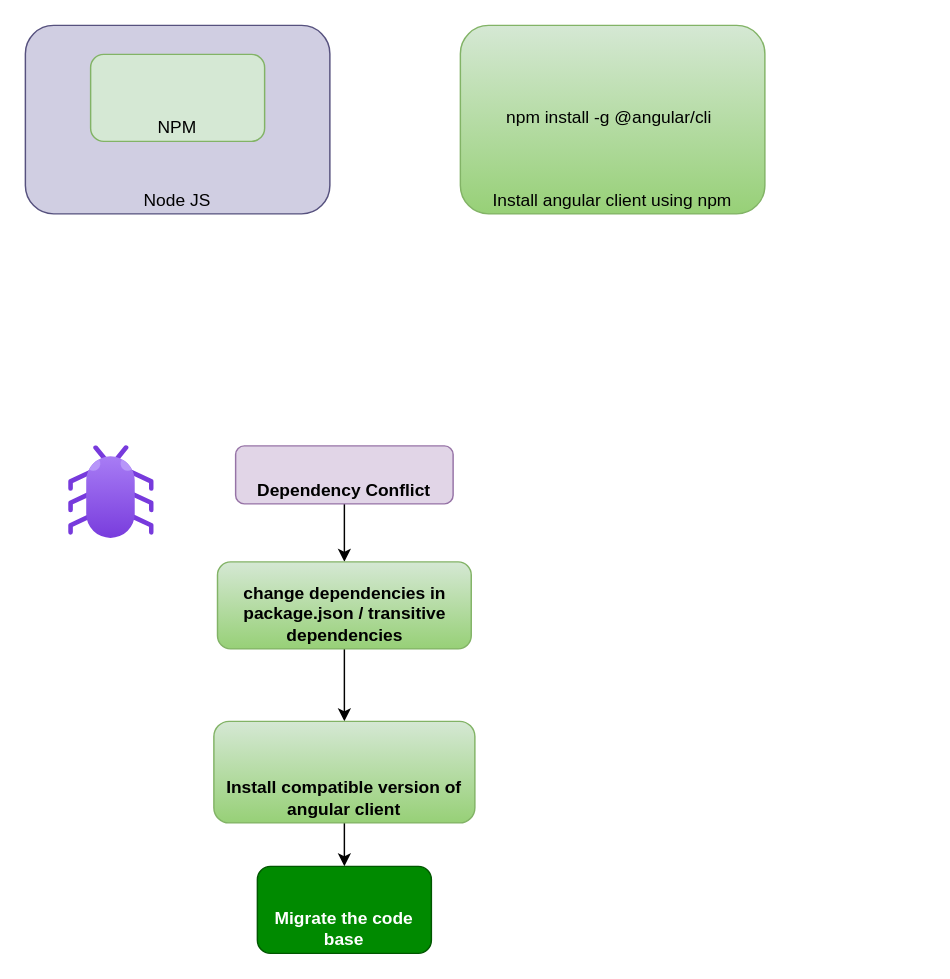
Earlier version of the draw.io diagram page "Setup" (1 of 7) of ANGULAR/Angular.drawio (nathub071122/natGIT). Source tidied: cells renumbered, new cells numbered last; positions are measured from the earlier drawing's top-left corner, leaving out a move shared by most shapes. Both pictures are drawn from the tidied source at 145%, with x=0, y=0 at pixel (25, 25).
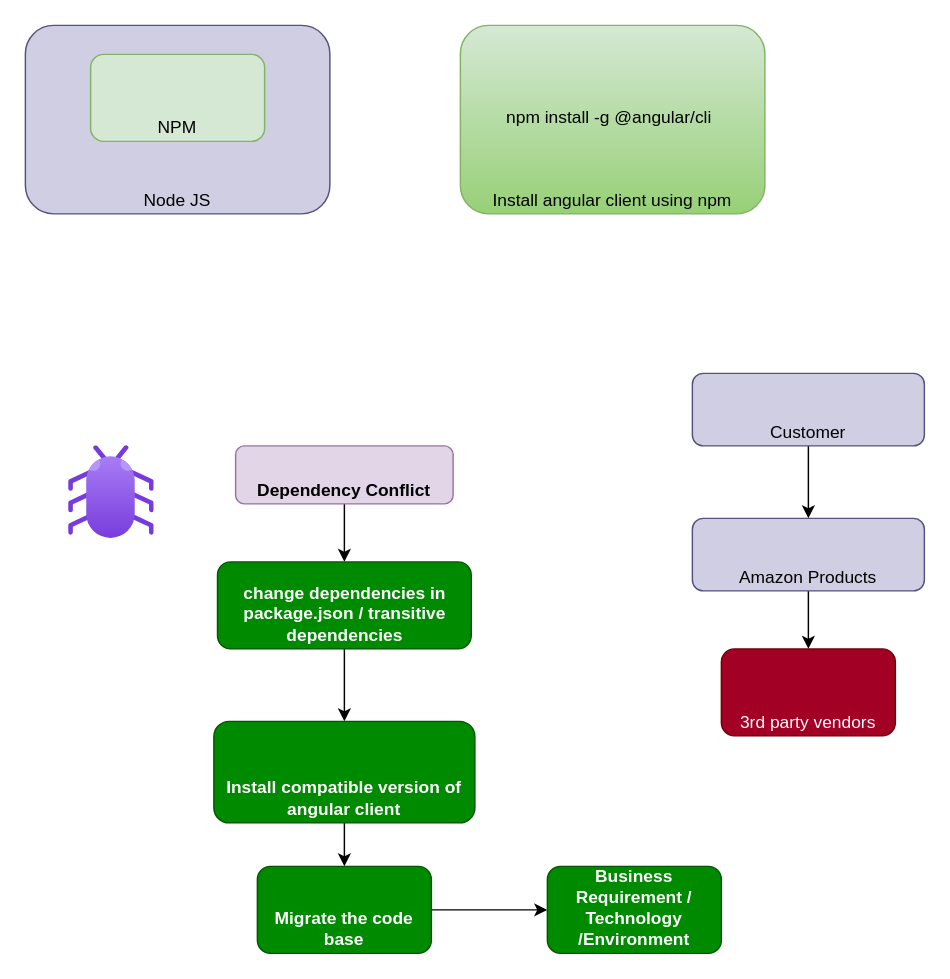
The same diagram, later.

Unchanged cells that the change refers to:
```xml
<mxCell id="14" value="Migrate the code base" style="rounded=1;whiteSpace=wrap;html=1;fontStyle=1;verticalAlign=bottom;strokeColor=#005700;fillColor=#008a00;fontColor=#ffffff;" parent="1" vertex="1">
  <mxGeometry x="160" y="580" width="120" height="60" as="geometry" />
</mxCell>
```

The edit, as a diff of the source:
```diff
@@
-    <mxCell id="11" value="change dependencies in package.json / transitive dependencies" style="rounded=1;whiteSpace=wrap;html=1;fillColor=#d5e8d4;strokeColor=#82b366;fontStyle=1;verticalAlign=bottom;gradientColor=#97d077;" parent="1" vertex="1">
+    <mxCell id="11" value="change dependencies in package.json / transitive dependencies" style="rounded=1;whiteSpace=wrap;html=1;fillColor=#008a00;strokeColor=#005700;fontStyle=1;verticalAlign=bottom;fontColor=#ffffff;" parent="1" vertex="1">
       <mxGeometry x="132.5" y="370" width="175" height="60" as="geometry" />
     </mxCell>
@@
-    <mxCell id="13" value="Install compatible version of angular client" style="whiteSpace=wrap;html=1;rounded=1;fontStyle=1;verticalAlign=bottom;strokeColor=#82b366;fillColor=#d5e8d4;gradientColor=#97d077;" parent="1" vertex="1">
+    <mxCell id="13" value="Install compatible version of angular client" style="whiteSpace=wrap;html=1;rounded=1;fontStyle=1;verticalAlign=bottom;strokeColor=#005700;fillColor=#008a00;fontColor=#ffffff;" parent="1" vertex="1">
       <mxGeometry x="130" y="480" width="180" height="70" as="geometry" />
     </mxCell>
+    <mxCell id="15" style="edgeStyle=orthogonalEdgeStyle;rounded=0;jettySize=auto;html=1;" parent="1" edge="1" source="14" target="21">
+      <mxGeometry relative="1" as="geometry" />
+    </mxCell>
@@
+    <mxCell id="16" style="edgeStyle=orthogonalEdgeStyle;rounded=0;jettySize=auto;html=1;" parent="1" edge="1" source="17" target="18">
+      <mxGeometry relative="1" as="geometry" />
+    </mxCell>
+    <mxCell id="17" value="Amazon Products" style="rounded=1;whiteSpace=wrap;html=1;fillColor=#d0cee2;strokeColor=#56517e;verticalAlign=bottom;" parent="1" vertex="1">
+      <mxGeometry x="460" y="340" width="160" height="50" as="geometry" />
+    </mxCell>
+    <mxCell id="18" value="3rd party vendors" style="whiteSpace=wrap;html=1;rounded=1;verticalAlign=bottom;strokeColor=#6F0000;fillColor=#a20025;fontColor=#ffffff;" parent="1" vertex="1">
+      <mxGeometry x="480" y="430" width="120" height="60" as="geometry" />
+    </mxCell>
+    <mxCell id="19" style="edgeStyle=orthogonalEdgeStyle;rounded=0;jettySize=auto;html=1;" parent="1" edge="1" source="20" target="17">
+      <mxGeometry relative="1" as="geometry" />
+    </mxCell>
+    <mxCell id="20" value="Customer" style="rounded=1;whiteSpace=wrap;html=1;fillColor=#d0cee2;strokeColor=#56517e;verticalAlign=bottom;" parent="1" vertex="1">
+      <mxGeometry x="460" y="240" width="160" height="50" as="geometry" />
+    </mxCell>
+    <mxCell id="21" value="Business Requirement /&lt;br&gt;Technology&lt;br&gt;/Environment" style="rounded=1;whiteSpace=wrap;html=1;fontStyle=1;verticalAlign=bottom;strokeColor=#005700;fillColor=#008a00;fontColor=#ffffff;" parent="1" vertex="1">
+      <mxGeometry x="360" y="580" width="120" height="60" as="geometry" />
+    </mxCell>
```
